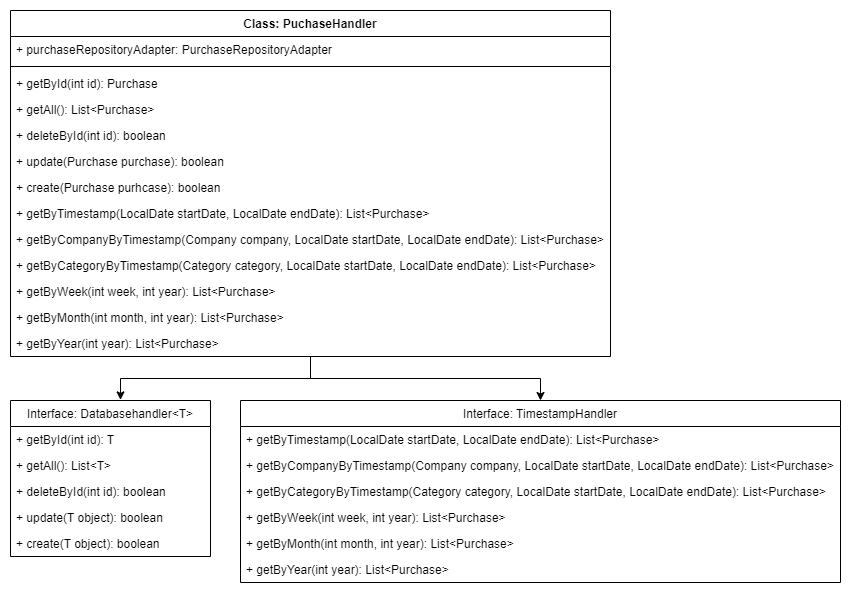
This is file/Diagramme/ISP-1.png from Nilsksk/Costtracker, a draw.io export, as it was before one commit. Source tidied: cells renumbered, new cells last; positions are measured from the earlier drawing's top-left corner, leaving out a move shared by most shapes.
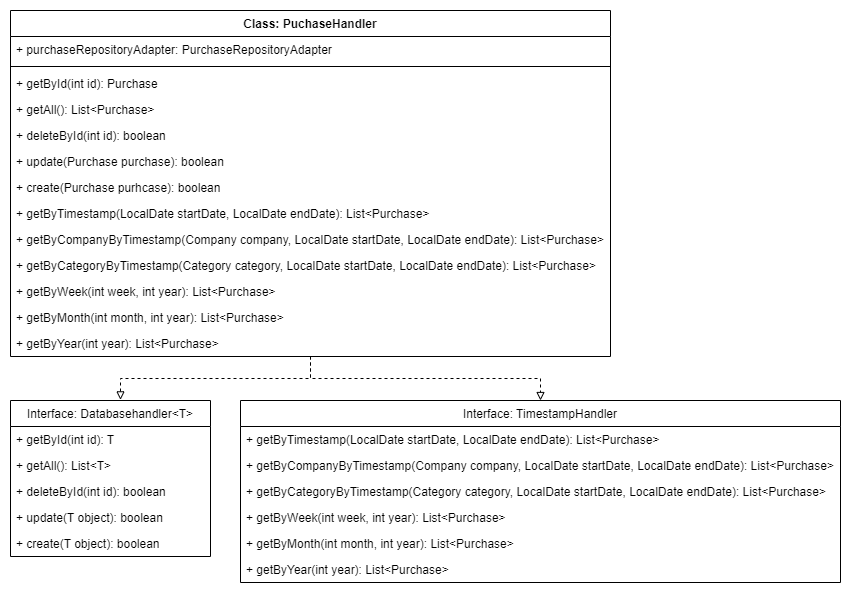
Later version of the same file.

What changed in the source:
```diff
@@ -2,10 +2,10 @@
   <root>
     <mxCell id="0" />
     <mxCell id="1" parent="0" />
-    <mxCell id="2" style="edgeStyle=orthogonalEdgeStyle;rounded=0;jettySize=auto;html=1;entryX=0.55;entryY=-0.004;entryDx=0;entryDy=0;entryPerimeter=0;" parent="1" edge="1" source="4" target="18">
+    <mxCell id="2" style="edgeStyle=orthogonalEdgeStyle;rounded=0;jettySize=auto;html=1;entryX=0.55;entryY=-0.004;entryDx=0;entryDy=0;entryPerimeter=0;dashed=1;endArrow=block;endFill=0;" parent="1" edge="1" source="4" target="18">
       <mxGeometry relative="1" as="geometry" />
     </mxCell>
-    <mxCell id="3" style="edgeStyle=orthogonalEdgeStyle;rounded=0;jettySize=auto;html=1;entryX=0.5;entryY=0;entryDx=0;entryDy=0;" parent="1" edge="1" source="4" target="24">
+    <mxCell id="3" style="edgeStyle=orthogonalEdgeStyle;rounded=0;jettySize=auto;html=1;entryX=0.5;entryY=0;entryDx=0;entryDy=0;dashed=1;endArrow=block;endFill=0;" parent="1" edge="1" source="4" target="24">
       <mxGeometry relative="1" as="geometry" />
     </mxCell>
     <mxCell id="4" value="Class: PuchaseHandler" style="swimlane;fontStyle=1;align=center;verticalAlign=top;horizontal=1;startSize=26;" parent="1" vertex="1">
```
